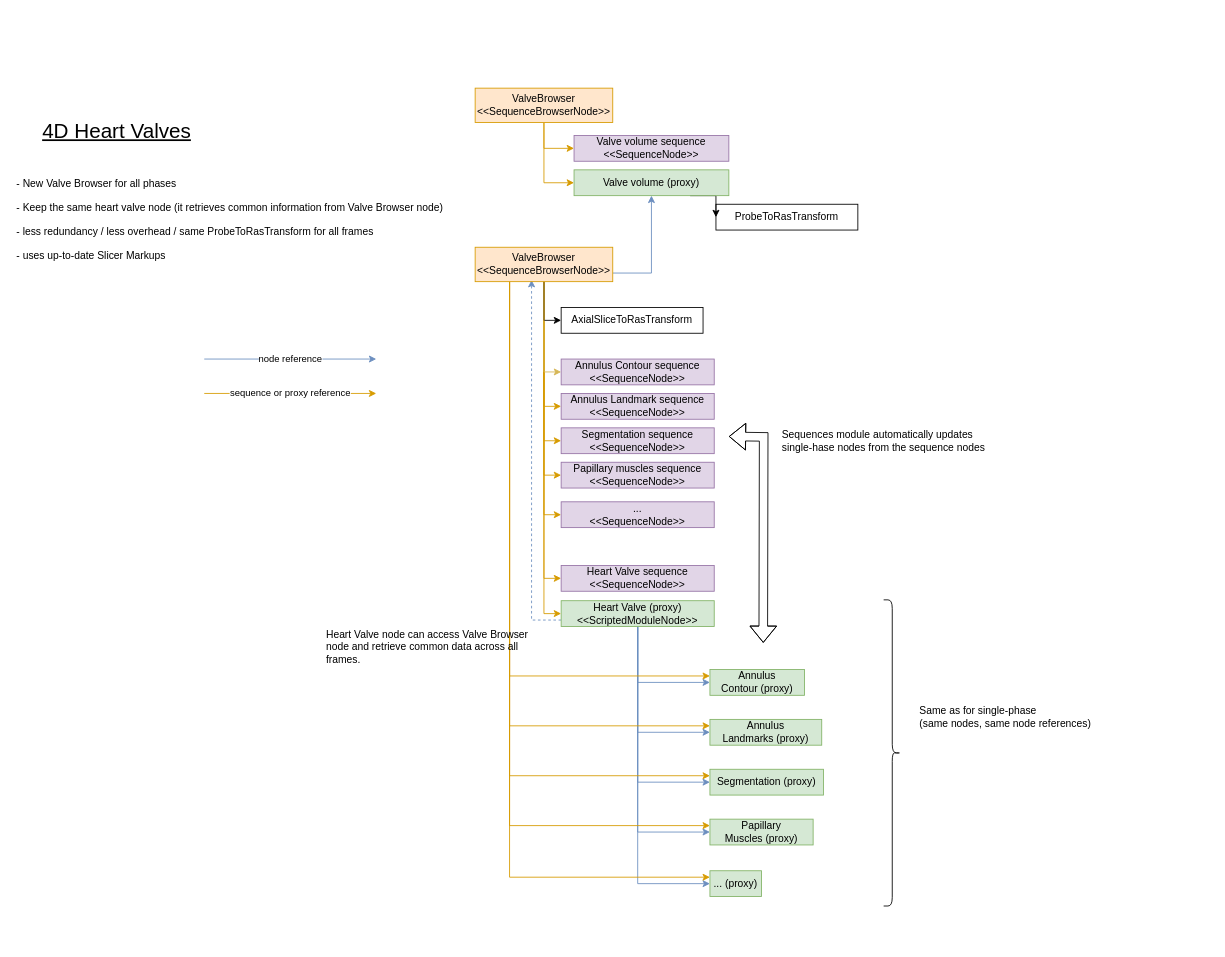
Above: Docs/HeartValveSequenceDesign.drawio in SlicerHeart/SlicerHeart (draw.io), before the change. Source tidied: cells renumbered, new cells numbered last; positions are measured from the earlier drawing's top-left corner, leaving out a move shared by most shapes. Both pictures are drawn from the tidied source at 86%, with x=0, y=0 at pixel (15, 88).
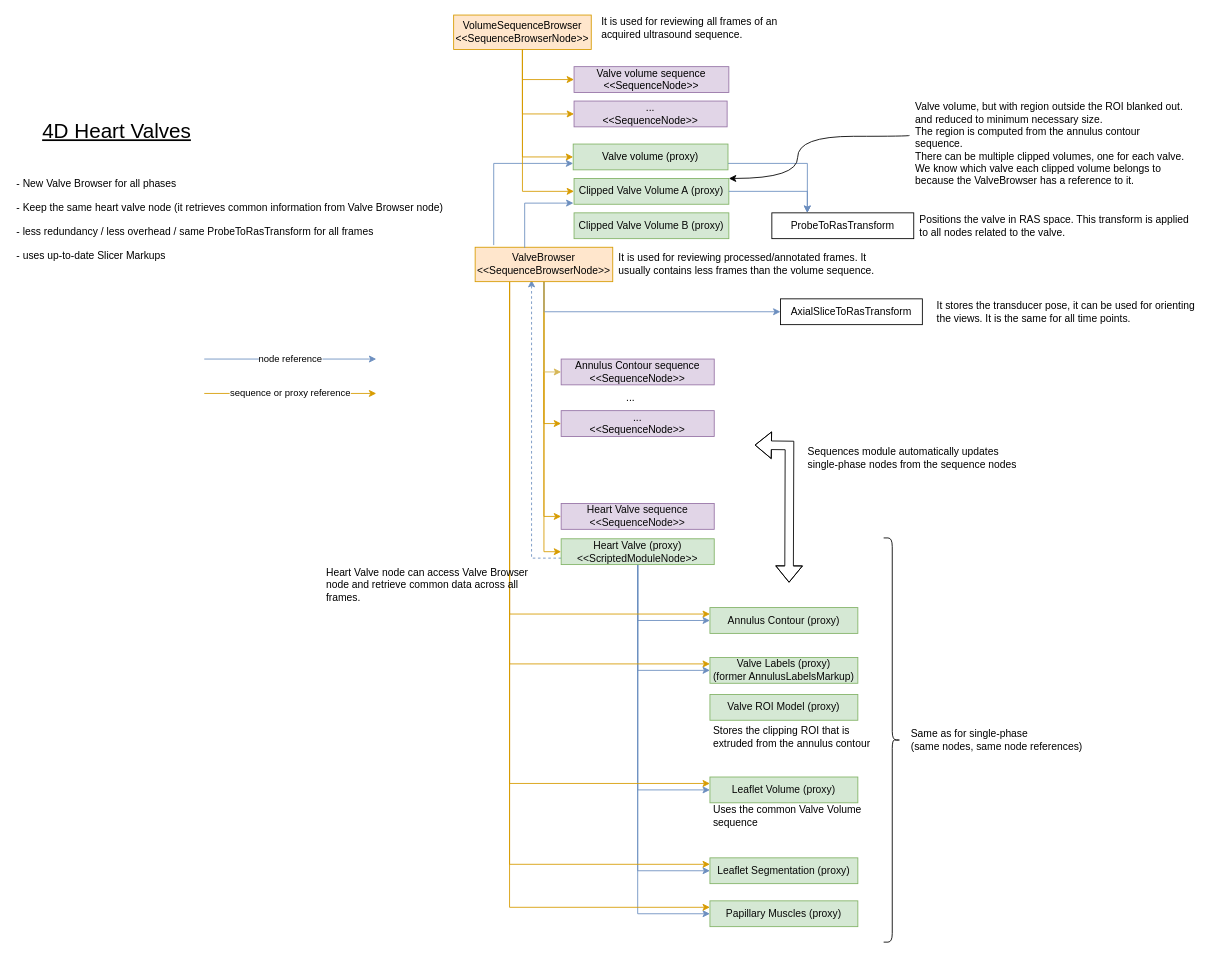
The same diagram, later.

Commit message (it also covers changes not shown here):
Support sparse sequences in ValveAnnulusAnalysis and ValveSegmentation

Change to the diagram source:
```diff
@@
-    <mxCell id="2" value="Papillary Muscles&amp;nbsp;(proxy)" style="rounded=0;whiteSpace=wrap;html=1;fillColor=#d5e8d4;strokeColor=#82b366;" parent="1" vertex="1">
-      <mxGeometry x="808" y="850" width="120" height="30" as="geometry" />
+    <mxCell id="2" value="Papillary Muscles&amp;nbsp;(proxy)" style="rounded=0;whiteSpace=wrap;html=1;fillColor=#d5e8d4;strokeColor=#82b366;fontColor=#080808;" parent="1" vertex="1">
+      <mxGeometry x="808" y="945" width="172" height="30" as="geometry" />
     </mxCell>
-    <mxCell id="3" value="Segmentation&amp;nbsp;(proxy)" style="whiteSpace=wrap;html=1;fillColor=#d5e8d4;strokeColor=#82b366;" parent="1" vertex="1">
-      <mxGeometry x="808" y="792" width="132" height="30" as="geometry" />
+    <mxCell id="3" value="Leaflet Segmentation&amp;nbsp;(proxy)" style="whiteSpace=wrap;html=1;fillColor=#d5e8d4;strokeColor=#82b366;fontColor=#080808;" parent="1" vertex="1">
+      <mxGeometry x="808" y="895" width="172" height="30" as="geometry" />
     </mxCell>
-    <mxCell id="4" value="Annulus Contour&amp;nbsp;(proxy)" style="whiteSpace=wrap;html=1;fillColor=#d5e8d4;strokeColor=#82b366;" parent="1" vertex="1">
-      <mxGeometry x="808" y="676" width="110" height="30" as="geometry" />
+    <mxCell id="4" value="Annulus Contour&amp;nbsp;(proxy)" style="whiteSpace=wrap;html=1;fillColor=#d5e8d4;strokeColor=#82b366;fontColor=#080808;" parent="1" vertex="1">
+      <mxGeometry x="808" y="604" width="172" height="30" as="geometry" />
     </mxCell>
-    <mxCell id="5" value="Annulus Landmarks&amp;nbsp;(proxy)" style="whiteSpace=wrap;html=1;fillColor=#d5e8d4;strokeColor=#82b366;" parent="1" vertex="1">
-      <mxGeometry x="808" y="734" width="130" height="30" as="geometry" />
+    <mxCell id="5" value="Valve Labels&amp;nbsp;(proxy)&lt;br&gt;(former AnnulusLabelsMarkup)" style="whiteSpace=wrap;html=1;fillColor=#d5e8d4;strokeColor=#82b366;fontColor=#080808;" parent="1" vertex="1">
+      <mxGeometry x="808" y="662" width="172" height="30" as="geometry" />
     </mxCell>
     <mxCell id="6" value="ProbeToRasTransform" style="whiteSpace=wrap;html=1;" parent="1" vertex="1">
-      <mxGeometry x="815" y="135" width="165" height="30" as="geometry" />
+      <mxGeometry x="880" y="145" width="165" height="30" as="geometry" />
     </mxCell>
@@
-    <mxCell id="13" value="Heart Valve&amp;nbsp;(proxy)&lt;br&gt;&amp;lt;&amp;lt;ScriptedModuleNode&amp;gt;&amp;gt;" style="whiteSpace=wrap;html=1;fillColor=#d5e8d4;strokeColor=#82b366;" parent="1" vertex="1">
-      <mxGeometry x="635" y="596" width="178" height="30" as="geometry" />
+    <mxCell id="13" value="Heart Valve&amp;nbsp;(proxy)&lt;br&gt;&amp;lt;&amp;lt;ScriptedModuleNode&amp;gt;&amp;gt;" style="whiteSpace=wrap;html=1;fillColor=#d5e8d4;strokeColor=#82b366;fontColor=#080808;" parent="1" vertex="1">
+      <mxGeometry x="635" y="524" width="178" height="30" as="geometry" />
     </mxCell>
-    <mxCell id="14" style="edgeStyle=orthogonalEdgeStyle;rounded=0;jettySize=auto;html=1;entryX=0;entryY=0.5;entryDx=0;entryDy=0;exitX=0.75;exitY=1;exitDx=0;exitDy=0;" parent="1" edge="1" source="49" target="6">
+    <mxCell id="14" style="edgeStyle=orthogonalEdgeStyle;rounded=0;jettySize=auto;html=1;entryX=0.25;entryY=0;entryDx=0;entryDy=0;exitX=1;exitY=0.75;exitDx=0;exitDy=0;fillColor=#dae8fc;strokeColor=#6c8ebf;" parent="1" edge="1" source="49" target="6">
       <mxGeometry relative="1" as="geometry" />
     </mxCell>
@@
-    <mxCell id="17" style="edgeStyle=orthogonalEdgeStyle;rounded=0;jettySize=auto;html=1;exitX=0.5;exitY=1;exitDx=0;exitDy=0;entryX=0;entryY=0.5;entryDx=0;entryDy=0;fillColor=#ffe6cc;strokeColor=#d79b00;" parent="1" edge="1" source="29" target="36">
-      <mxGeometry relative="1" as="geometry" />
-    </mxCell>
-    <mxCell id="18" style="edgeStyle=orthogonalEdgeStyle;rounded=0;jettySize=auto;html=1;exitX=0.5;exitY=1;exitDx=0;exitDy=0;entryX=0;entryY=0.5;entryDx=0;entryDy=0;fillColor=#ffe6cc;strokeColor=#d79b00;" parent="1" edge="1" source="29" target="37">
-      <mxGeometry relative="1" as="geometry" />
-    </mxCell>
-    <mxCell id="19" style="edgeStyle=orthogonalEdgeStyle;rounded=0;jettySize=auto;html=1;exitX=0.5;exitY=1;exitDx=0;exitDy=0;entryX=0;entryY=0.5;entryDx=0;entryDy=0;fillColor=#ffe6cc;strokeColor=#d79b00;" parent="1" edge="1" source="29" target="38">
-      <mxGeometry relative="1" as="geometry" />
-    </mxCell>
@@
-    <mxCell id="25" style="edgeStyle=orthogonalEdgeStyle;rounded=0;jettySize=auto;html=1;exitX=1;exitY=0.75;exitDx=0;exitDy=0;entryX=0.5;entryY=1;entryDx=0;entryDy=0;fillColor=#dae8fc;strokeColor=#6c8ebf;" parent="1" edge="1" source="29" target="49">
+    <mxCell id="25" style="edgeStyle=orthogonalEdgeStyle;rounded=0;jettySize=auto;html=1;exitX=0.135;exitY=-0.062;exitDx=0;exitDy=0;entryX=0;entryY=0.75;entryDx=0;entryDy=0;fillColor=#dae8fc;strokeColor=#6c8ebf;exitPerimeter=0;" parent="1" edge="1" source="29" target="49">
       <mxGeometry relative="1" as="geometry" />
     </mxCell>
@@
-    <mxCell id="27" style="edgeStyle=orthogonalEdgeStyle;rounded=0;jettySize=auto;html=1;exitX=0.5;exitY=1;exitDx=0;exitDy=0;entryX=0;entryY=0.5;entryDx=0;entryDy=0;" parent="1" edge="1" source="29" target="48">
+    <mxCell id="27" style="edgeStyle=orthogonalEdgeStyle;rounded=0;jettySize=auto;html=1;exitX=0.5;exitY=1;exitDx=0;exitDy=0;entryX=0;entryY=0.5;entryDx=0;entryDy=0;fillColor=#dae8fc;strokeColor=#6c8ebf;" parent="1" edge="1" source="29" target="48">
       <mxGeometry relative="1" as="geometry" />
     </mxCell>
@@
-    <mxCell id="29" value="ValveBrowser&lt;br&gt;&amp;lt;&amp;lt;SequenceBrowserNode&amp;gt;&amp;gt;" style="whiteSpace=wrap;html=1;fillColor=#ffe6cc;strokeColor=#d79b00;" parent="1" vertex="1">
+    <mxCell id="29" value="ValveBrowser&lt;br&gt;&amp;lt;&amp;lt;SequenceBrowserNode&amp;gt;&amp;gt;" style="whiteSpace=wrap;html=1;fillColor=#ffe6cc;strokeColor=#d79b00;fontColor=#030303;" parent="1" vertex="1">
       <mxGeometry x="535" y="185" width="160" height="40" as="geometry" />
     </mxCell>
     <mxCell id="30" value="Same as for single-phase&lt;br&gt;(same nodes, same node references)" style="text;html=1;strokeColor=none;fillColor=none;align=left;verticalAlign=middle;whiteSpace=wrap;rounded=0;" parent="1" vertex="1">
-      <mxGeometry x="1050" y="716" width="210" height="30" as="geometry" />
+      <mxGeometry x="1040" y="743" width="210" height="30" as="geometry" />
     </mxCell>
-    <mxCell id="31" value="...&amp;nbsp;(proxy)" style="whiteSpace=wrap;html=1;fontSize=12;fillColor=#d5e8d4;strokeColor=#82b366;" parent="1" vertex="1">
-      <mxGeometry x="808" y="910" width="60" height="30" as="geometry" />
+    <mxCell id="31" value="Leaflet Volume (proxy)" style="whiteSpace=wrap;html=1;fontSize=12;fillColor=#d5e8d4;strokeColor=#82b366;fontColor=#080808;" parent="1" vertex="1">
+      <mxGeometry x="808" y="801" width="172" height="30" as="geometry" />
     </mxCell>
@@
-    <mxCell id="34" value="Heart Valve sequence&lt;br&gt;&amp;lt;&amp;lt;SequenceNode&amp;gt;&amp;gt;" style="whiteSpace=wrap;html=1;fillColor=#e1d5e7;strokeColor=#9673a6;" parent="1" vertex="1">
-      <mxGeometry x="635" y="555" width="178" height="30" as="geometry" />
+    <mxCell id="34" value="Heart Valve sequence&lt;br&gt;&amp;lt;&amp;lt;SequenceNode&amp;gt;&amp;gt;" style="whiteSpace=wrap;html=1;fillColor=#e1d5e7;strokeColor=#9673a6;fontColor=#080808;" parent="1" vertex="1">
+      <mxGeometry x="635" y="483" width="178" height="30" as="geometry" />
     </mxCell>
-    <mxCell id="35" value="Annulus Contour sequence&lt;br&gt;&amp;lt;&amp;lt;SequenceNode&amp;gt;&amp;gt;" style="whiteSpace=wrap;html=1;fillColor=#e1d5e7;strokeColor=#9673a6;" parent="1" vertex="1">
+    <mxCell id="35" value="Annulus Contour sequence&lt;br&gt;&amp;lt;&amp;lt;SequenceNode&amp;gt;&amp;gt;" style="whiteSpace=wrap;html=1;fillColor=#e1d5e7;strokeColor=#9673a6;fontColor=#030303;" parent="1" vertex="1">
       <mxGeometry x="635" y="315" width="178" height="30" as="geometry" />
     </mxCell>
-    <mxCell id="36" value="Annulus Landmark sequence&lt;br&gt;&amp;lt;&amp;lt;SequenceNode&amp;gt;&amp;gt;" style="whiteSpace=wrap;html=1;fillColor=#e1d5e7;strokeColor=#9673a6;" parent="1" vertex="1">
-      <mxGeometry x="635" y="355" width="178" height="30" as="geometry" />
-    </mxCell>
-    <mxCell id="37" value="Segmentation sequence&lt;br&gt;&amp;lt;&amp;lt;SequenceNode&amp;gt;&amp;gt;" style="whiteSpace=wrap;html=1;fillColor=#e1d5e7;strokeColor=#9673a6;" parent="1" vertex="1">
-      <mxGeometry x="635" y="395" width="178" height="30" as="geometry" />
-    </mxCell>
-    <mxCell id="38" value="Papillary muscles sequence&lt;br&gt;&amp;lt;&amp;lt;SequenceNode&amp;gt;&amp;gt;" style="whiteSpace=wrap;html=1;fillColor=#e1d5e7;strokeColor=#9673a6;" parent="1" vertex="1">
-      <mxGeometry x="635" y="435" width="178" height="30" as="geometry" />
-    </mxCell>
-    <mxCell id="39" value="Valve volume sequence&lt;br&gt;&amp;lt;&amp;lt;SequenceNode&amp;gt;&amp;gt;" style="whiteSpace=wrap;html=1;fillColor=#e1d5e7;strokeColor=#9673a6;" parent="1" vertex="1">
-      <mxGeometry x="650" y="55" width="180" height="30" as="geometry" />
+    <mxCell id="39" value="Valve volume sequence&lt;br&gt;&amp;lt;&amp;lt;SequenceNode&amp;gt;&amp;gt;" style="whiteSpace=wrap;html=1;fillColor=#e1d5e7;strokeColor=#9673a6;fontColor=#000000;" parent="1" vertex="1">
+      <mxGeometry x="650" y="-25" width="180" height="30" as="geometry" />
     </mxCell>
     <mxCell id="40" style="shape=curlyBracket;whiteSpace=wrap;html=1;rounded=1;flipH=1;labelPosition=right;verticalLabelPosition=middle;align=left;verticalAlign=middle;" parent="1" vertex="1">
-      <mxGeometry x="1010" y="595" width="20" height="356" as="geometry" />
+      <mxGeometry x="1010" y="523" width="20" height="470" as="geometry" />
     </mxCell>
-    <mxCell id="41" value="Sequences module automatically updates single-hase nodes from the sequence nodes" style="text;html=1;strokeColor=none;fillColor=none;align=left;verticalAlign=middle;whiteSpace=wrap;rounded=0;" parent="1" vertex="1">
-      <mxGeometry x="890" y="395" width="250" height="30" as="geometry" />
+    <mxCell id="41" value="Sequences module automatically updates single-phase nodes from the sequence nodes" style="text;html=1;strokeColor=none;fillColor=none;align=left;verticalAlign=middle;whiteSpace=wrap;rounded=0;" parent="1" vertex="1">
+      <mxGeometry x="920" y="415" width="250" height="30" as="geometry" />
     </mxCell>
     <mxCell id="42" style="shape=flexArrow;endArrow=classic;startArrow=classic;html=1;rounded=0;edgeStyle=orthogonalEdgeStyle;" parent="1" edge="1">
       <mxGeometry relative="1" as="geometry">
-        <mxPoint x="830" y="405" as="sourcePoint" />
-        <mxPoint x="870" y="645" as="targetPoint" />
+        <mxPoint x="860" y="415" as="sourcePoint" />
+        <mxPoint x="900" y="575" as="targetPoint" />
       </mxGeometry>
     </mxCell>
-    <mxCell id="43" value="...&lt;br&gt;&amp;lt;&amp;lt;SequenceNode&amp;gt;&amp;gt;" style="whiteSpace=wrap;html=1;fillColor=#e1d5e7;strokeColor=#9673a6;" parent="1" vertex="1">
-      <mxGeometry x="635" y="481" width="178" height="30" as="geometry" />
+    <mxCell id="43" value="...&lt;br&gt;&amp;lt;&amp;lt;SequenceNode&amp;gt;&amp;gt;" style="whiteSpace=wrap;html=1;fillColor=#e1d5e7;strokeColor=#9673a6;fontColor=#030303;" parent="1" vertex="1">
+      <mxGeometry x="635" y="375" width="178" height="30" as="geometry" />
     </mxCell>
     <mxCell id="44" value="Heart Valve node can access Valve Browser node and retrieve common data across all frames." style="text;html=1;strokeColor=none;fillColor=none;align=left;verticalAlign=middle;whiteSpace=wrap;rounded=0;" parent="1" vertex="1">
-      <mxGeometry x="360" y="635" width="250" height="30" as="geometry" />
+      <mxGeometry x="360" y="563" width="250" height="30" as="geometry" />
     </mxCell>
@@
-    <mxCell id="47" value="ValveBrowser&lt;br&gt;&amp;lt;&amp;lt;SequenceBrowserNode&amp;gt;&amp;gt;" style="whiteSpace=wrap;html=1;fillColor=#ffe6cc;strokeColor=#d79b00;" parent="1" vertex="1">
-      <mxGeometry x="535" width="160" height="40" as="geometry" />
+    <mxCell id="47" value="&lt;div style=&quot;color: rgb(212, 212, 212); background-color: rgb(30, 30, 30); font-family: Consolas, &amp;quot;Courier New&amp;quot;, monospace; font-size: 14px; line-height: 19px;&quot;&gt;&lt;/div&gt;VolumeSequenceBrowser&lt;br&gt;&amp;lt;&amp;lt;SequenceBrowserNode&amp;gt;&amp;gt;" style="whiteSpace=wrap;html=1;fillColor=#ffe6cc;strokeColor=#d79b00;fontColor=#000000;" parent="1" vertex="1">
+      <mxGeometry x="510" y="-85" width="160" height="40" as="geometry" />
     </mxCell>
     <mxCell id="48" value="AxialSliceToRasTransform" style="whiteSpace=wrap;html=1;" parent="1" vertex="1">
-      <mxGeometry x="635" y="255" width="165" height="30" as="geometry" />
+      <mxGeometry x="890" y="245" width="165" height="30" as="geometry" />
     </mxCell>
-    <mxCell id="49" value="Valve volume (proxy)" style="whiteSpace=wrap;html=1;fontSize=12;fillColor=#d5e8d4;strokeColor=#82b366;" parent="1" vertex="1">
-      <mxGeometry x="650" y="95" width="180" height="30" as="geometry" />
+    <mxCell id="49" value="Valve volume (proxy)" style="whiteSpace=wrap;html=1;fontSize=12;fillColor=#d5e8d4;strokeColor=#82b366;fontColor=#000000;" parent="1" vertex="1">
+      <mxGeometry x="649" y="65" width="180" height="30" as="geometry" />
     </mxCell>
@@
+    <mxCell id="52" value="Clipped Valve Volume A&amp;nbsp;(proxy)" style="whiteSpace=wrap;html=1;fontSize=12;fillColor=#d5e8d4;strokeColor=#82b366;fontColor=#080808;" parent="1" vertex="1">
+      <mxGeometry x="650" y="105" width="180" height="30" as="geometry" />
+    </mxCell>
+    <mxCell id="53" value="It is used for reviewing processed/annotated frames. It usually contains less frames than the volume sequence." style="text;html=1;strokeColor=none;fillColor=none;align=left;verticalAlign=middle;whiteSpace=wrap;rounded=0;" parent="1" vertex="1">
+      <mxGeometry x="700" y="190" width="320" height="30" as="geometry" />
+    </mxCell>
+    <mxCell id="54" value="It is used for reviewing all frames of an acquired ultrasound sequence." style="text;html=1;strokeColor=none;fillColor=none;align=left;verticalAlign=middle;whiteSpace=wrap;rounded=0;" parent="1" vertex="1">
+      <mxGeometry x="680" y="-85" width="210" height="30" as="geometry" />
+    </mxCell>
+    <mxCell id="55" value="It stores the transducer pose, it can be used for orienting the views. It is the same for all time points." style="text;html=1;strokeColor=none;fillColor=none;align=left;verticalAlign=middle;whiteSpace=wrap;rounded=0;" parent="1" vertex="1">
+      <mxGeometry x="1070" y="245" width="320" height="30" as="geometry" />
+    </mxCell>
+    <mxCell id="56" style="edgeStyle=orthogonalEdgeStyle;rounded=0;jettySize=auto;html=1;exitX=1;exitY=0.5;exitDx=0;exitDy=0;entryX=0.25;entryY=0;entryDx=0;entryDy=0;fillColor=#dae8fc;strokeColor=#6c8ebf;" parent="1" edge="1" source="52" target="6">
+      <mxGeometry relative="1" as="geometry" />
+    </mxCell>
+    <mxCell id="57" value="..." style="text;html=1;strokeColor=none;fillColor=none;align=left;verticalAlign=middle;whiteSpace=wrap;rounded=0;" parent="1" vertex="1">
+      <mxGeometry x="709" y="345" width="30" height="30" as="geometry" />
+    </mxCell>
+    <mxCell id="58" value="Positions the valve in RAS space. This transform is applied to all nodes related to the valve." style="text;html=1;strokeColor=none;fillColor=none;align=left;verticalAlign=middle;whiteSpace=wrap;rounded=0;" parent="1" vertex="1">
+      <mxGeometry x="1050" y="145" width="320" height="30" as="geometry" />
+    </mxCell>
+    <mxCell id="59" value="...&lt;br&gt;&amp;lt;&amp;lt;SequenceNode&amp;gt;&amp;gt;" style="whiteSpace=wrap;html=1;fillColor=#e1d5e7;strokeColor=#9673a6;fontColor=#030303;" parent="1" vertex="1">
+      <mxGeometry x="650" y="15" width="178" height="30" as="geometry" />
+    </mxCell>
+    <mxCell id="60" style="edgeStyle=orthogonalEdgeStyle;rounded=0;jettySize=auto;html=1;exitX=0.5;exitY=1;exitDx=0;exitDy=0;entryX=0;entryY=0.5;entryDx=0;entryDy=0;fillColor=#ffe6cc;strokeColor=#d79b00;" parent="1" edge="1" source="47" target="52">
+      <mxGeometry relative="1" as="geometry" />
+    </mxCell>
+    <mxCell id="61" style="edgeStyle=orthogonalEdgeStyle;rounded=0;jettySize=auto;html=1;exitX=0.5;exitY=1;exitDx=0;exitDy=0;entryX=0;entryY=0.5;entryDx=0;entryDy=0;fillColor=#ffe6cc;strokeColor=#d79b00;" parent="1" edge="1" source="47" target="59">
+      <mxGeometry relative="1" as="geometry" />
+    </mxCell>
+    <mxCell id="62" style="curved=1;endArrow=classic;html=1;rounded=0;entryX=1;entryY=0;entryDx=0;entryDy=0;edgeStyle=orthogonalEdgeStyle;" parent="1" edge="1" target="52">
+      <mxGeometry relative="1" as="geometry">
+        <mxPoint x="1040" y="55" as="sourcePoint" />
+        <Array as="points">
+          <mxPoint x="1040" y="56" />
+          <mxPoint x="910" y="56" />
+          <mxPoint x="910" y="105" />
+        </Array>
+      </mxGeometry>
+    </mxCell>
+    <mxCell id="63" value="Valve volume, but with region outside the ROI blanked out. and reduced to minimum necessary size.&lt;br&gt;The region is computed from the annulus contour sequence.&lt;br&gt;There can be multiple clipped volumes, one for each valve.&lt;br&gt;We know which valve each clipped volume belongs to because the ValveBrowser has a reference to it." style="text;html=1;strokeColor=none;fillColor=none;align=left;verticalAlign=middle;whiteSpace=wrap;rounded=0;" parent="1" vertex="1">
+      <mxGeometry x="1045" y="25" width="320" height="80" as="geometry" />
+    </mxCell>
+    <mxCell id="64" value="Uses the common Valve Volume sequence&amp;nbsp;" style="text;html=1;strokeColor=none;fillColor=none;align=left;verticalAlign=middle;whiteSpace=wrap;rounded=0;" parent="1" vertex="1">
+      <mxGeometry x="810" y="831" width="210" height="30" as="geometry" />
+    </mxCell>
+    <mxCell id="65" value="Stores the clipping ROI that is extruded from the annulus contour" style="text;html=1;strokeColor=none;fillColor=none;align=left;verticalAlign=middle;whiteSpace=wrap;rounded=0;" parent="1" vertex="1">
+      <mxGeometry x="810" y="735" width="205" height="40" as="geometry" />
+    </mxCell>
+    <mxCell id="66" style="edgeStyle=orthogonalEdgeStyle;rounded=0;jettySize=auto;html=1;fillColor=#dae8fc;strokeColor=#6c8ebf;entryX=-0.004;entryY=0.956;entryDx=0;entryDy=0;entryPerimeter=0;exitX=0.36;exitY=0.017;exitDx=0;exitDy=0;exitPerimeter=0;" parent="1" edge="1" source="29" target="52">
+      <mxGeometry relative="1" as="geometry" />
+    </mxCell>
+    <mxCell id="67" value="Clipped Valve Volume B&amp;nbsp;(proxy)" style="whiteSpace=wrap;html=1;fontSize=12;fillColor=#d5e8d4;strokeColor=#82b366;fontColor=#080808;" parent="1" vertex="1">
+      <mxGeometry x="650" y="145" width="180" height="30" as="geometry" />
+    </mxCell>
+    <mxCell id="68" value="Valve ROI Model (proxy)" style="whiteSpace=wrap;html=1;fillColor=#d5e8d4;strokeColor=#82b366;fontColor=#080808;" parent="1" vertex="1">
+      <mxGeometry x="808" y="705" width="172" height="30" as="geometry" />
+    </mxCell>
```
